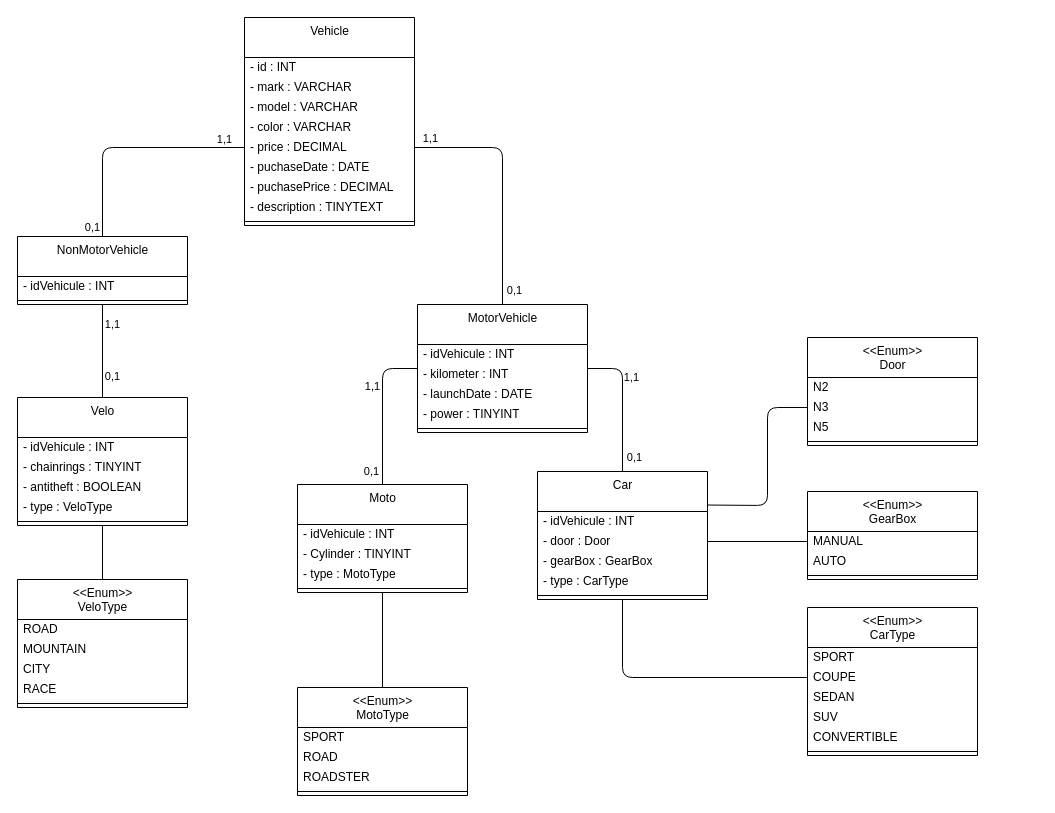
Earlier version of the draw.io diagram configurateur-de-vehicule/conception/modele-de-donnees.drawio (Roland-Foucher/configurateur-de-vehicule). Source tidied: cells renumbered, new cells numbered last; positions are measured from the earlier drawing's top-left corner, leaving out a move shared by most shapes. Both pictures are drawn from the tidied source at 100%, with x=0, y=0 at pixel (17, 17).
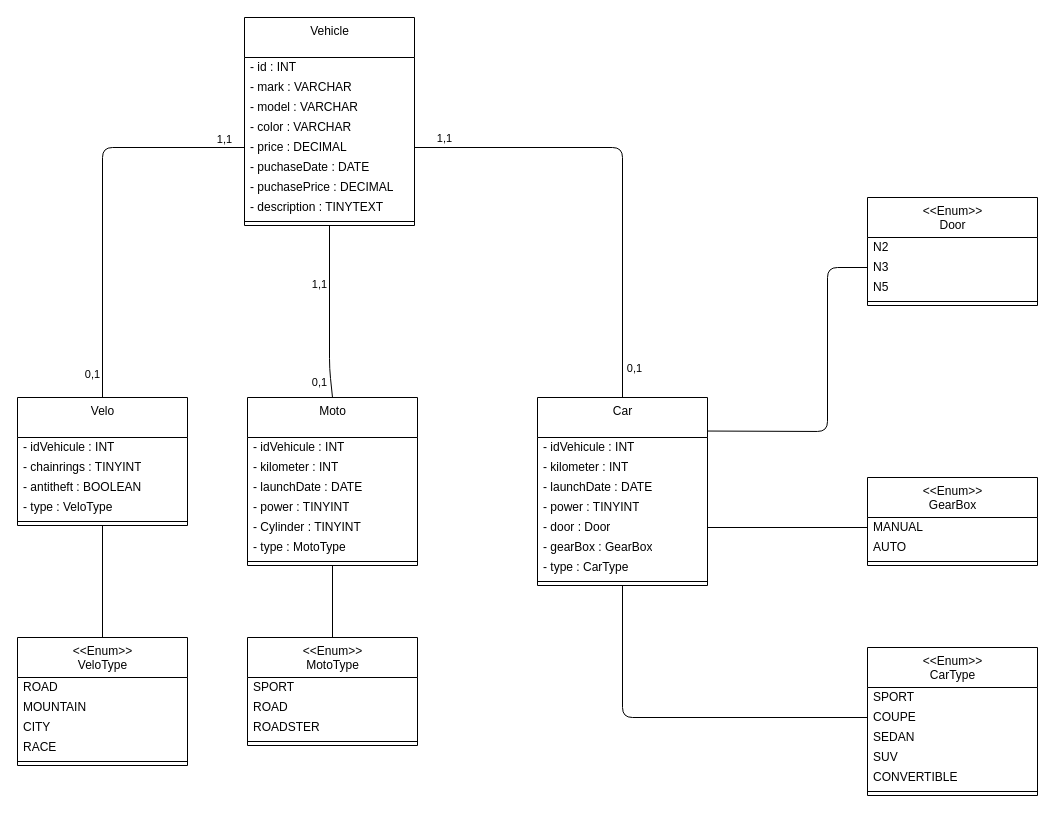
The same diagram, later.

The change refers to these unchanged cells:
```xml
<mxCell id="2" value="Vehicle" style="swimlane;fontStyle=0;align=center;verticalAlign=top;horizontal=1;startSize=40;html=1;" parent="1" vertex="1">
  <mxGeometry x="227" width="170" height="208" as="geometry" />
</mxCell>
<mxCell id="7" value="- price : DECIMAL" style="text;html=1;strokeColor=none;fillColor=none;align=left;verticalAlign=middle;spacingLeft=4;spacingRight=4;overflow=hidden;points=[[0,0.5],[1,0.5]];portConstraint=eastwest;" parent="2" vertex="1">
  <mxGeometry y="120" width="170" height="20" as="geometry" />
</mxCell>
<mxCell id="25" value="- idVehicule&amp;nbsp;: INT" style="text;html=1;strokeColor=none;fillColor=none;align=left;verticalAlign=middle;spacingLeft=4;spacingRight=4;overflow=hidden;points=[[0,0.5],[1,0.5]];portConstraint=eastwest;" parent="24" vertex="1">
  <mxGeometry y="40" width="170" height="20" as="geometry" />
</mxCell>
<mxCell id="42" value="Velo" style="swimlane;fontStyle=0;align=center;verticalAlign=top;horizontal=1;startSize=40;html=1;" parent="1" vertex="1">
  <mxGeometry y="380" width="170" height="128" as="geometry" />
</mxCell>
<mxCell id="61" value="N3" style="text;html=1;strokeColor=none;fillColor=none;align=left;verticalAlign=middle;spacingLeft=4;spacingRight=4;overflow=hidden;points=[[0,0.5],[1,0.5]];portConstraint=eastwest;" parent="59" vertex="1">
  <mxGeometry y="60" width="170" height="20" as="geometry" />
</mxCell>
<mxCell id="66" value="COUPE" style="text;html=1;strokeColor=none;fillColor=none;align=left;verticalAlign=middle;spacingLeft=4;spacingRight=4;overflow=hidden;points=[[0,0.5],[1,0.5]];portConstraint=eastwest;" parent="64" vertex="1">
  <mxGeometry y="60" width="170" height="20" as="geometry" />
</mxCell>
```

Diff of the diagram source:
```diff
@@
-    <mxCell id="12" style="edgeStyle=none;html=1;exitX=0.5;exitY=0;exitDx=0;exitDy=0;entryX=1;entryY=0.5;entryDx=0;entryDy=0;endArrow=none;endFill=0;" parent="1" edge="1" source="15" target="7">
+    <mxCell id="12" style="edgeStyle=none;html=1;exitX=0.5;exitY=0;exitDx=0;exitDy=0;entryX=1;entryY=0.5;entryDx=0;entryDy=0;endArrow=none;endFill=0;" parent="1" edge="1" source="24" target="7">
       <mxGeometry relative="1" as="geometry">
         <Array as="points">
-          <mxPoint x="485" y="130" />
+          <mxPoint x="605" y="130" />
         </Array>
       </mxGeometry>
     </mxCell>
@@
-    <mxCell id="15" value="MotorVehicle" style="swimlane;fontStyle=0;align=center;verticalAlign=top;horizontal=1;startSize=40;html=1;" parent="1" vertex="1">
-      <mxGeometry x="400" y="287" width="170" height="128" as="geometry" />
-    </mxCell>
-    <mxCell id="16" value="- idVehicule : INT" style="text;html=1;strokeColor=none;fillColor=none;align=left;verticalAlign=middle;spacingLeft=4;spacingRight=4;overflow=hidden;" parent="15" vertex="1">
-      <mxGeometry y="40" width="170" height="20" as="geometry" />
-    </mxCell>
-    <mxCell id="17" value="- kilometer : INT" style="text;html=1;strokeColor=none;fillColor=none;align=left;verticalAlign=middle;spacingLeft=4;spacingRight=4;overflow=hidden;" parent="15" vertex="1">
-      <mxGeometry y="60" width="170" height="20" as="geometry" />
-    </mxCell>
-    <mxCell id="18" value="- launchDate : DATE" style="text;html=1;strokeColor=none;fillColor=none;align=left;verticalAlign=middle;spacingLeft=4;spacingRight=4;overflow=hidden;" parent="15" vertex="1">
-      <mxGeometry y="80" width="170" height="20" as="geometry" />
-    </mxCell>
-    <mxCell id="19" value="- power : TINYINT" style="text;html=1;strokeColor=none;fillColor=none;align=left;verticalAlign=middle;spacingLeft=4;spacingRight=4;overflow=hidden;" parent="15" vertex="1">
-      <mxGeometry y="100" width="170" height="20" as="geometry" />
-    </mxCell>
-    <mxCell id="20" style="line;strokeWidth=1;fillColor=none;align=left;verticalAlign=middle;spacingTop=-1;spacingLeft=3;spacingRight=3;labelPosition=right;" parent="15" vertex="1">
-      <mxGeometry y="120" width="170" height="8" as="geometry" />
-    </mxCell>
-    <mxCell id="21" style="edgeStyle=none;html=1;exitX=0.5;exitY=0;exitDx=0;exitDy=0;entryX=1;entryY=0.5;entryDx=0;entryDy=0;endArrow=none;endFill=0;" parent="1" edge="1" source="24" target="15">
-      <mxGeometry relative="1" as="geometry">
-        <Array as="points">
-          <mxPoint x="605" y="351" />
-        </Array>
-      </mxGeometry>
-    </mxCell>
-    <mxCell id="22" value="0,1" style="edgeLabel;html=1;align=center;verticalAlign=middle;" parent="21" vertex="1">
-      <mxGeometry x="-0.78" y="1" relative="1" as="geometry">
-        <mxPoint x="12" as="offset" />
-      </mxGeometry>
-    </mxCell>
-    <mxCell id="23" value="1,1" style="edgeLabel;html=1;align=center;verticalAlign=middle;" parent="21" vertex="1">
-      <mxGeometry x="0.44" y="3" relative="1" as="geometry">
-        <mxPoint x="11" y="4" as="offset" />
-      </mxGeometry>
-    </mxCell>
     <mxCell id="24" value="Car" style="swimlane;fontStyle=0;align=center;verticalAlign=top;horizontal=1;startSize=40;html=1;" parent="1" vertex="1">
-      <mxGeometry x="520" y="454" width="170" height="128" as="geometry" />
+      <mxGeometry x="520" y="380" width="170" height="188" as="geometry" />
     </mxCell>
@@
+    <mxCell id="85" value="- kilometer : INT" style="text;html=1;strokeColor=none;fillColor=none;align=left;verticalAlign=middle;spacingLeft=4;spacingRight=4;overflow=hidden;" parent="24" vertex="1">
+      <mxGeometry y="60" width="170" height="20" as="geometry" />
+    </mxCell>
+    <mxCell id="86" value="- launchDate : DATE" style="text;html=1;strokeColor=none;fillColor=none;align=left;verticalAlign=middle;spacingLeft=4;spacingRight=4;overflow=hidden;" parent="24" vertex="1">
+      <mxGeometry y="80" width="170" height="20" as="geometry" />
+    </mxCell>
+    <mxCell id="87" value="- power : TINYINT" style="text;html=1;strokeColor=none;fillColor=none;align=left;verticalAlign=middle;spacingLeft=4;spacingRight=4;overflow=hidden;" parent="24" vertex="1">
+      <mxGeometry y="100" width="170" height="20" as="geometry" />
+    </mxCell>
     <mxCell id="26" value="- door : Door" style="text;html=1;strokeColor=none;fillColor=none;align=left;verticalAlign=middle;spacingLeft=4;spacingRight=4;overflow=hidden;points=[[0,0.5],[1,0.5]];portConstraint=eastwest;" parent="24" vertex="1">
-      <mxGeometry y="60" width="170" height="20" as="geometry" />
+      <mxGeometry y="120" width="170" height="20" as="geometry" />
     </mxCell>
     <mxCell id="27" value="- gearBox : GearBox" style="text;html=1;strokeColor=none;fillColor=none;align=left;verticalAlign=middle;spacingLeft=4;spacingRight=4;overflow=hidden;" parent="24" vertex="1">
-      <mxGeometry y="80" width="170" height="20" as="geometry" />
+      <mxGeometry y="140" width="170" height="20" as="geometry" />
     </mxCell>
     <mxCell id="28" value="- type : CarType" style="text;html=1;strokeColor=none;fillColor=none;align=left;verticalAlign=middle;spacingLeft=4;spacingRight=4;overflow=hidden;" parent="24" vertex="1">
-      <mxGeometry y="100" width="170" height="20" as="geometry" />
+      <mxGeometry y="160" width="170" height="20" as="geometry" />
     </mxCell>
     <mxCell id="29" style="line;strokeWidth=1;fillColor=none;align=left;verticalAlign=middle;spacingTop=-1;spacingLeft=3;spacingRight=3;labelPosition=right;" parent="24" vertex="1">
-      <mxGeometry y="120" width="170" height="8" as="geometry" />
+      <mxGeometry y="180" width="170" height="8" as="geometry" />
     </mxCell>
-    <mxCell id="30" style="edgeStyle=none;html=1;exitX=0.5;exitY=0;exitDx=0;exitDy=0;entryX=0;entryY=0.5;entryDx=0;entryDy=0;endArrow=none;endFill=0;" parent="1" edge="1" source="34" target="15">
+    <mxCell id="30" style="edgeStyle=none;html=1;exitX=0.5;exitY=0;exitDx=0;exitDy=0;entryX=0.5;entryY=1;entryDx=0;entryDy=0;endArrow=none;endFill=0;" parent="1" edge="1" source="34" target="2">
       <mxGeometry relative="1" as="geometry">
         <Array as="points">
-          <mxPoint x="365" y="351" />
+          <mxPoint x="312" y="351" />
         </Array>
       </mxGeometry>
     </mxCell>
@@
     <mxCell id="34" value="Moto" style="swimlane;fontStyle=0;align=center;verticalAlign=top;horizontal=1;startSize=40;html=1;" parent="1" vertex="1">
-      <mxGeometry x="280" y="467" width="170" height="108" as="geometry" />
+      <mxGeometry x="230" y="380" width="170" height="168" as="geometry" />
     </mxCell>
@@
+    <mxCell id="88" value="- kilometer : INT" style="text;html=1;strokeColor=none;fillColor=none;align=left;verticalAlign=middle;spacingLeft=4;spacingRight=4;overflow=hidden;" parent="34" vertex="1">
+      <mxGeometry y="60" width="170" height="20" as="geometry" />
+    </mxCell>
+    <mxCell id="89" value="- launchDate : DATE" style="text;html=1;strokeColor=none;fillColor=none;align=left;verticalAlign=middle;spacingLeft=4;spacingRight=4;overflow=hidden;" parent="34" vertex="1">
+      <mxGeometry y="80" width="170" height="20" as="geometry" />
+    </mxCell>
+    <mxCell id="90" value="- power : TINYINT" style="text;html=1;strokeColor=none;fillColor=none;align=left;verticalAlign=middle;spacingLeft=4;spacingRight=4;overflow=hidden;" parent="34" vertex="1">
+      <mxGeometry y="100" width="170" height="20" as="geometry" />
+    </mxCell>
     <mxCell id="36" value="- Cylinder : TINYINT" style="text;html=1;strokeColor=none;fillColor=none;align=left;verticalAlign=middle;spacingLeft=4;spacingRight=4;overflow=hidden;" parent="34" vertex="1">
-      <mxGeometry y="60" width="170" height="20" as="geometry" />
+      <mxGeometry y="120" width="170" height="20" as="geometry" />
     </mxCell>
     <mxCell id="37" value="- type : MotoType" style="text;html=1;strokeColor=none;fillColor=none;align=left;verticalAlign=middle;spacingLeft=4;spacingRight=4;overflow=hidden;" parent="34" vertex="1">
-      <mxGeometry y="80" width="170" height="20" as="geometry" />
+      <mxGeometry y="140" width="170" height="20" as="geometry" />
     </mxCell>
     <mxCell id="38" style="line;strokeWidth=1;fillColor=none;align=left;verticalAlign=middle;spacingTop=-1;spacingLeft=3;spacingRight=3;labelPosition=right;" parent="34" vertex="1">
-      <mxGeometry y="100" width="170" height="8" as="geometry" />
+      <mxGeometry y="160" width="170" height="8" as="geometry" />
     </mxCell>
-    <mxCell id="39" style="edgeStyle=none;html=1;exitX=0.5;exitY=0;exitDx=0;exitDy=0;entryX=0;entryY=0.5;entryDx=0;entryDy=0;endArrow=none;endFill=0;" parent="1" edge="1" source="52" target="7">
+    <mxCell id="39" style="edgeStyle=none;html=1;exitX=0.5;exitY=0;exitDx=0;exitDy=0;entryX=0;entryY=0.5;entryDx=0;entryDy=0;endArrow=none;endFill=0;" parent="1" edge="1" source="42" target="7">
       <mxGeometry relative="1" as="geometry">
         <Array as="points">
           <mxPoint x="85" y="130" />
         </Array>
       </mxGeometry>
     </mxCell>
@@
-    <mxCell id="49" style="edgeStyle=none;html=1;exitX=0.5;exitY=1;exitDx=0;exitDy=0;entryX=0.5;entryY=0;entryDx=0;entryDy=0;endArrow=none;endFill=0;" parent="1" edge="1" source="52" target="42">
-      <mxGeometry relative="1" as="geometry" />
-    </mxCell>
-    <mxCell id="50" value="1,1" style="edgeLabel;html=1;align=center;verticalAlign=middle;" parent="49" vertex="1">
-      <mxGeometry x="-0.6" y="1" relative="1" as="geometry">
-        <mxPoint x="8" as="offset" />
-      </mxGeometry>
-    </mxCell>
-    <mxCell id="51" value="0,1" style="edgeLabel;html=1;align=center;verticalAlign=middle;" parent="49" vertex="1">
-      <mxGeometry x="0.5" y="2" relative="1" as="geometry">
-        <mxPoint x="7" y="1" as="offset" />
-      </mxGeometry>
-    </mxCell>
-    <mxCell id="52" value="NonMotorVehicle" style="swimlane;fontStyle=0;align=center;verticalAlign=top;horizontal=1;startSize=40;html=1;" parent="1" vertex="1">
-      <mxGeometry y="219" width="170" height="68" as="geometry" />
-    </mxCell>
-    <mxCell id="53" value="- idVehicule : INT" style="text;html=1;strokeColor=none;fillColor=none;align=left;verticalAlign=middle;spacingLeft=4;spacingRight=4;overflow=hidden;" parent="52" vertex="1">
-      <mxGeometry y="40" width="170" height="20" as="geometry" />
-    </mxCell>
-    <mxCell id="54" style="line;strokeWidth=1;fillColor=none;align=left;verticalAlign=middle;spacingTop=-1;spacingLeft=3;spacingRight=3;labelPosition=right;" parent="52" vertex="1">
-      <mxGeometry y="60" width="170" height="8" as="geometry" />
-    </mxCell>
     <mxCell id="55" value="&amp;lt;&amp;lt;Enum&amp;gt;&amp;gt;&lt;br&gt;GearBox" style="swimlane;fontStyle=0;align=center;verticalAlign=top;horizontal=1;startSize=40;html=1;" parent="1" vertex="1">
-      <mxGeometry x="790" y="474" width="170" height="88" as="geometry" />
+      <mxGeometry x="850" y="460" width="170" height="88" as="geometry" />
     </mxCell>
@@
     <mxCell id="59" value="&amp;lt;&amp;lt;Enum&amp;gt;&amp;gt;&lt;br&gt;Door" style="swimlane;fontStyle=0;align=center;verticalAlign=top;horizontal=1;startSize=40;html=1;" parent="1" vertex="1">
-      <mxGeometry x="790" y="320" width="170" height="108" as="geometry" />
+      <mxGeometry x="850" y="180" width="170" height="108" as="geometry" />
     </mxCell>
@@
     <mxCell id="64" value="&amp;lt;&amp;lt;Enum&amp;gt;&amp;gt;&lt;br&gt;CarType" style="swimlane;fontStyle=0;align=center;verticalAlign=top;horizontal=1;startSize=40;html=1;" parent="1" vertex="1">
-      <mxGeometry x="790" y="590" width="170" height="148" as="geometry" />
+      <mxGeometry x="850" y="630" width="170" height="148" as="geometry" />
     </mxCell>
@@
     <mxCell id="71" value="&amp;lt;&amp;lt;Enum&amp;gt;&amp;gt;&lt;br&gt;MotoType" style="swimlane;fontStyle=0;align=center;verticalAlign=top;horizontal=1;startSize=40;html=1;" parent="1" vertex="1">
-      <mxGeometry x="280" y="670" width="170" height="108" as="geometry" />
+      <mxGeometry x="230" y="620" width="170" height="108" as="geometry" />
     </mxCell>
@@
     <mxCell id="76" style="edgeStyle=none;html=1;exitX=0;exitY=0.5;exitDx=0;exitDy=0;entryX=0.5;entryY=1;entryDx=0;entryDy=0;endArrow=none;endFill=0;" parent="1" edge="1" source="66" target="24">
       <mxGeometry relative="1" as="geometry">
         <Array as="points">
-          <mxPoint x="605" y="660" />
+          <mxPoint x="605" y="700" />
         </Array>
       </mxGeometry>
     </mxCell>
@@
     <mxCell id="78" style="edgeStyle=none;html=1;exitX=0;exitY=0.5;exitDx=0;exitDy=0;entryX=1;entryY=-0.323;entryDx=0;entryDy=0;entryPerimeter=0;endArrow=none;endFill=0;" parent="1" edge="1" source="61" target="25">
       <mxGeometry relative="1" as="geometry">
         <Array as="points">
-          <mxPoint x="750" y="390" />
-          <mxPoint x="750" y="488" />
+          <mxPoint x="810" y="250" />
+          <mxPoint x="810" y="414" />
         </Array>
       </mxGeometry>
     </mxCell>
     <mxCell id="79" value="&amp;lt;&amp;lt;Enum&amp;gt;&amp;gt;&lt;br&gt;VeloType" style="swimlane;fontStyle=0;align=center;verticalAlign=top;horizontal=1;startSize=40;html=1;" parent="1" vertex="1">
-      <mxGeometry y="562" width="170" height="128" as="geometry" />
+      <mxGeometry y="620" width="170" height="128" as="geometry" />
     </mxCell>
```
